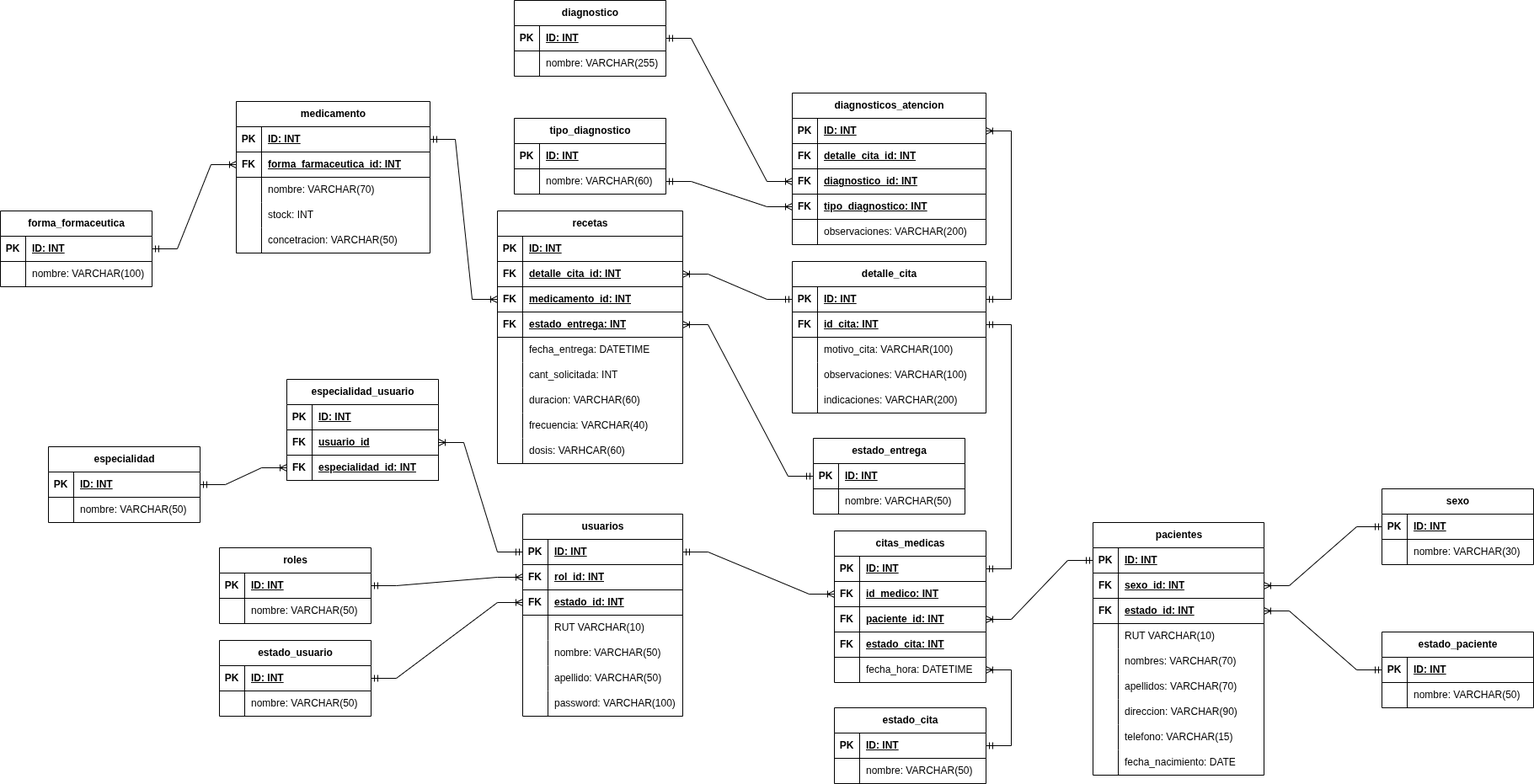
MarcoAntaniom/PyCesfam keeps this draw.io diagram as docs/LOG_FIS.png. Above is the earlier version. Source tidied: cells renumbered, new cells last; positions are measured from the earlier drawing's top-left corner, leaving out a move shared by most shapes.
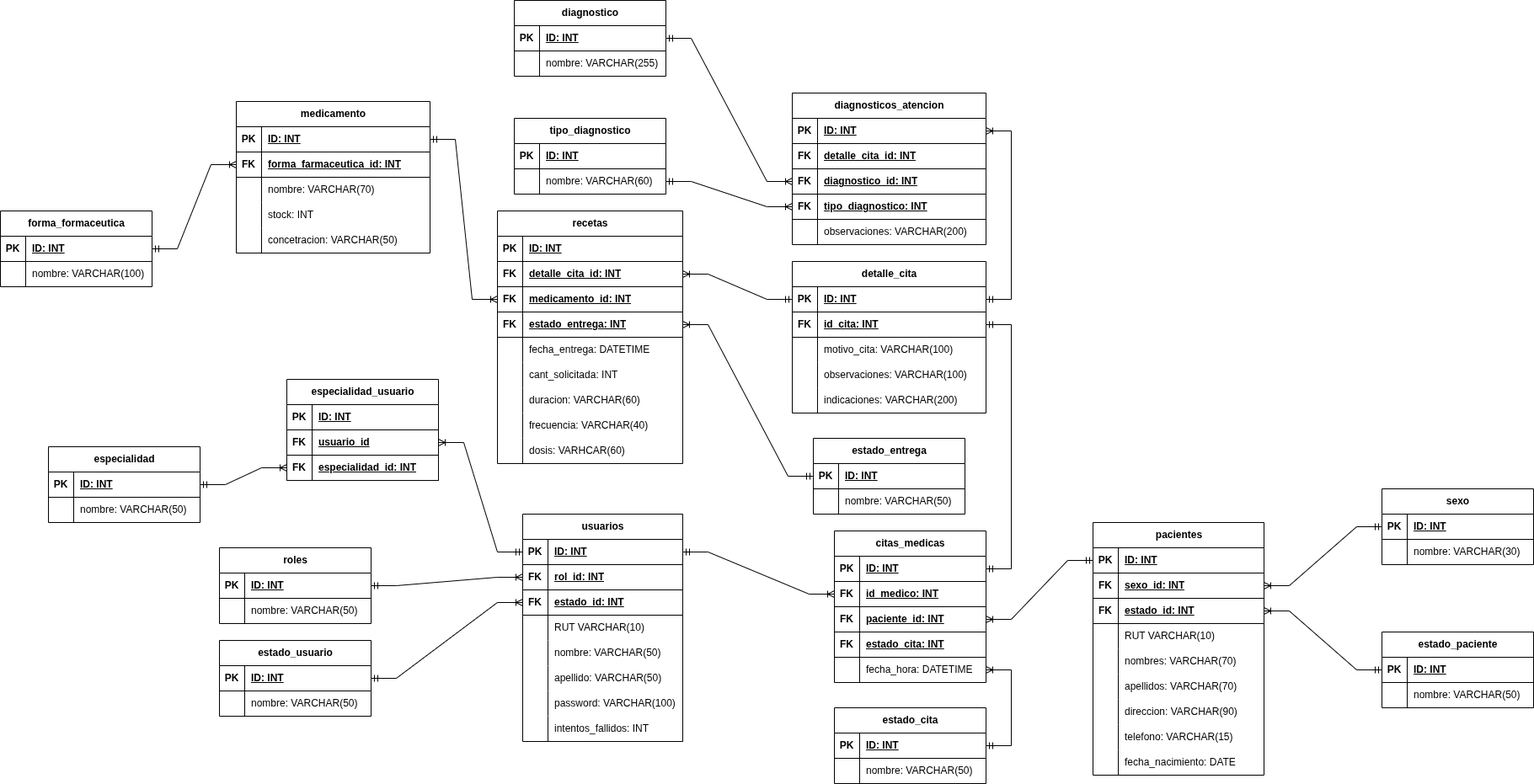
The same diagram one commit later.

The edit, as a diff of the source:
```diff
@@ -3,7 +3,7 @@
     <mxCell id="0" />
     <mxCell id="1" parent="0" />
     <mxCell id="2" value="usuarios" style="shape=table;startSize=30;rowLines=0;fontStyle=1;align=center;html=1;" parent="1" vertex="1">
-      <mxGeometry x="620" y="610" width="190" height="240" as="geometry" />
+      <mxGeometry x="620" y="610" width="190" height="270" as="geometry" />
     </mxCell>
     <mxCell id="3" style="shape=tableRow;horizontal=0;startSize=0;swimlaneHead=0;swimlaneBody=0;fillColor=none;points=[[0,0.5],[1,0.5]];portConstraint=eastwest;top=0;left=0;right=0;bottom=1;" parent="2" vertex="1">
       <mxGeometry y="30" width="190" height="30" as="geometry" />
@@ -68,6 +68,15 @@
     <mxCell id="23" value="password: VARCHAR(100)" style="shape=partialRectangle;fillColor=none;top=0;left=0;bottom=0;right=0;align=left;spacingLeft=6;overflow=hidden;whiteSpace=wrap;html=1;verticalAlign=middle;" parent="21" vertex="1">
       <mxGeometry x="30" width="160" height="30" as="geometry" />
     </mxCell>
+    <mxCell id="241" style="shape=tableRow;horizontal=0;startSize=0;swimlaneHead=0;swimlaneBody=0;fillColor=none;top=0;left=0;right=0;bottom=0;" parent="2" vertex="1">
+      <mxGeometry y="240" width="190" height="30" as="geometry" />
+    </mxCell>
+    <mxCell id="242" style="shape=partialRectangle;fillColor=none;top=0;left=0;bottom=0;right=0;overflow=hidden;whiteSpace=wrap;html=1;" parent="241" vertex="1">
+      <mxGeometry width="30" height="30" as="geometry" />
+    </mxCell>
+    <mxCell id="243" value="intentos_fallidos: INT" style="shape=partialRectangle;fillColor=none;top=0;left=0;bottom=0;right=0;align=left;spacingLeft=6;overflow=hidden;whiteSpace=wrap;html=1;verticalAlign=middle;" parent="241" vertex="1">
+      <mxGeometry x="30" width="160" height="30" as="geometry" />
+    </mxCell>
     <mxCell id="24" value="citas_medicas" style="shape=table;startSize=30;rowLines=0;fontStyle=1;align=center;html=1;" parent="1" vertex="1">
       <mxGeometry x="990" y="630" width="180" height="180" as="geometry" />
     </mxCell>
```
